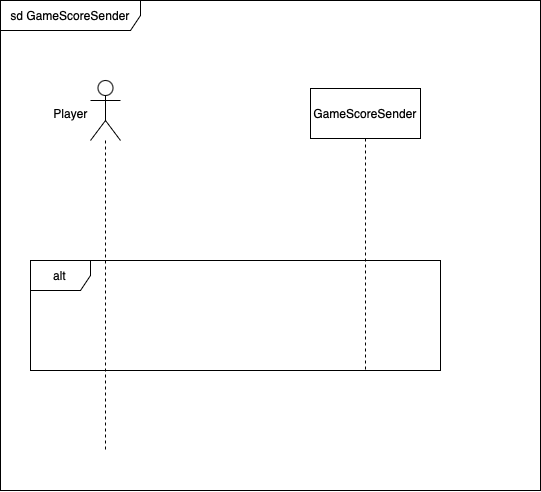
This is iteration1_deliverables/sequence_diagrams/GameScoreSender_sequence.png from SarimEkram/Multiplayer-Board-platform, a draw.io export, as it was before one commit. Source tidied: cells renumbered, new cells last; positions are measured from the earlier drawing's top-left corner, leaving out a move shared by most shapes.
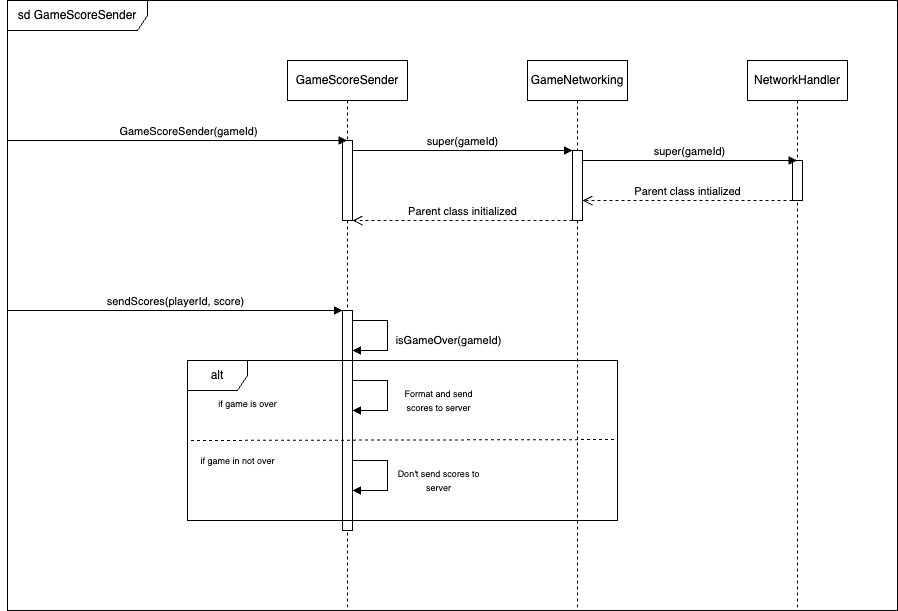
After the commit.

Commit message:
created sequence diagram for GameScoreSender and made made changes in GameScoreSender class.

What changed in the source:
```diff
@@ -2,25 +2,104 @@
   <root>
     <mxCell id="0" />
     <mxCell id="1" parent="0" />
+    <mxCell id="8" style="group;" parent="1" vertex="1">
+      <mxGeometry x="-200" width="890" height="610" as="geometry" />
+    </mxCell>
-    <mxCell id="2" value="sd GameScoreSender" style="shape=umlFrame;whiteSpace=wrap;html=1;width=140;height=30;" parent="1" vertex="1">
-      <mxGeometry width="540" height="490" as="geometry" />
+    <mxCell id="2" value="sd GameScoreSender" style="shape=umlFrame;whiteSpace=wrap;html=1;width=140;height=30;" parent="8" vertex="1">
+      <mxGeometry width="890" height="610" as="geometry" />
     </mxCell>
-    <mxCell id="3" value="GameScoreSender" style="html=1;whiteSpace=wrap;" parent="1" vertex="1">
-      <mxGeometry x="310" y="88" width="110" height="50" as="geometry" />
+    <mxCell id="3" value="GameScoreSender" style="shape=umlLifeline;perimeter=lifelinePerimeter;whiteSpace=wrap;html=1;outlineConnect=0;portConstraint=eastwest;newEdgeStyle={&quot;curved&quot;:0,&quot;rounded&quot;:0};" parent="8" vertex="1">
+      <mxGeometry x="280" y="60" width="120" height="550" as="geometry" />
     </mxCell>
-    <mxCell id="4" style="shape=umlLifeline;perimeter=lifelinePerimeter;whiteSpace=wrap;html=1;newEdgeStyle={&quot;curved&quot;:0,&quot;rounded&quot;:0};participant=umlActor;size=60;" parent="1" vertex="1">
-      <mxGeometry x="90" y="80" width="30" height="370" as="geometry" />
-    </mxCell>
-    <mxCell id="5" value="Player" style="text;html=1;align=center;verticalAlign=middle;strokeColor=none;fillColor=none;" parent="1" vertex="1">
-      <mxGeometry x="40" y="98" width="60" height="30" as="geometry" />
-    </mxCell>
+    <mxCell id="9" style="html=1;points=[[0,0,0,0,5],[0,1,0,0,-5],[1,0,0,0,5],[1,1,0,0,-5]];perimeter=orthogonalPerimeter;outlineConnect=0;targetShapes=umlLifeline;portConstraint=eastwest;newEdgeStyle={&quot;curved&quot;:0,&quot;rounded&quot;:0};" parent="3" vertex="1">
+      <mxGeometry x="55" y="250" width="10" height="220" as="geometry" />
+    </mxCell>
+    <mxCell id="10" value="&lt;font style=&quot;font-size: 9px;&quot;&gt;Format and send&lt;/font&gt;&lt;div&gt;&lt;font style=&quot;font-size: 9px;&quot;&gt;scores to server&lt;/font&gt;&lt;/div&gt;" style="html=1;align=center;spacingLeft=2;endArrow=block;rounded=0;edgeStyle=orthogonalEdgeStyle;curved=0;rounded=0;" parent="3" edge="1" source="9" target="9">
+      <mxGeometry x="0.1" y="50" relative="1" as="geometry">
+        <Array as="points">
+          <mxPoint x="100" y="320" />
+          <mxPoint x="100" y="350" />
+        </Array>
+      </mxGeometry>
+    </mxCell>
+    <mxCell id="11" value="&lt;font style=&quot;font-size: 9px;&quot;&gt;Don't send scores to&lt;/font&gt;&lt;div&gt;&lt;font style=&quot;font-size: 9px;&quot;&gt;server&lt;/font&gt;&lt;/div&gt;" style="html=1;align=center;spacingLeft=2;endArrow=block;rounded=0;edgeStyle=orthogonalEdgeStyle;curved=0;rounded=0;" parent="3" edge="1">
+      <mxGeometry x="0.1" y="50" relative="1" as="geometry">
+        <mxPoint x="65" y="400" as="sourcePoint" />
+        <mxPoint x="65" y="430" as="targetPoint" />
+        <Array as="points">
+          <mxPoint x="100" y="400" />
+          <mxPoint x="100" y="430" />
+        </Array>
+      </mxGeometry>
+    </mxCell>
+    <mxCell id="12" style="html=1;perimeter=orthogonalPerimeter;targetShapes=umlLifeline;newEdgeStyle={&quot;curved&quot;:0,&quot;rounded&quot;:0};" parent="3" vertex="1">
+      <mxGeometry x="55" y="80" width="10" height="80" as="geometry" />
+    </mxCell>
+    <mxCell id="13" value="&lt;font&gt;isGameOver(gameId)&lt;/font&gt;" style="html=1;align=center;spacingLeft=2;endArrow=block;rounded=0;edgeStyle=orthogonalEdgeStyle;curved=0;rounded=0;" parent="3" edge="1">
+      <mxGeometry x="0.1" y="60" relative="1" as="geometry">
+        <mxPoint x="65" y="260" as="sourcePoint" />
+        <mxPoint x="65" y="290" as="targetPoint" />
+        <Array as="points">
+          <mxPoint x="100" y="260" />
+          <mxPoint x="100" y="290" />
+        </Array>
+      </mxGeometry>
+    </mxCell>
+    <mxCell id="14" value="GameScoreSender(gameId)" style="html=1;verticalAlign=bottom;endArrow=block;curved=0;rounded=0;" parent="8" edge="1" target="3">
+      <mxGeometry x="0.07" relative="1" as="geometry">
+        <mxPoint y="140" as="sourcePoint" />
+      </mxGeometry>
+    </mxCell>
+    <mxCell id="15" value="super(gameId)" style="html=1;verticalAlign=bottom;endArrow=block;curved=0;rounded=0;" parent="8" edge="1" target="22">
+      <mxGeometry relative="1" as="geometry">
+        <mxPoint x="345" y="150" as="sourcePoint" />
+      </mxGeometry>
+    </mxCell>
+    <mxCell id="16" value="Parent class initialized" style="html=1;verticalAlign=bottom;endArrow=open;dashed=1;endSize=8;curved=0;rounded=0;" parent="8" edge="1" source="22">
+      <mxGeometry relative="1" as="geometry">
+        <mxPoint x="345" y="220" as="targetPoint" />
+      </mxGeometry>
+    </mxCell>
+    <mxCell id="17" value="sendScores(playerId, score)" style="html=1;verticalAlign=bottom;endArrow=block;curved=0;rounded=0;" parent="8" edge="1" target="9">
+      <mxGeometry relative="1" as="geometry">
+        <mxPoint y="310" as="sourcePoint" />
+      </mxGeometry>
+    </mxCell>
-    <mxCell id="6" value="alt" style="shape=umlFrame;whiteSpace=wrap;html=1;" parent="1" vertex="1">
-      <mxGeometry x="30" y="260" width="410" height="110" as="geometry" />
+    <mxCell id="6" value="alt" style="shape=umlFrame;whiteSpace=wrap;html=1;" parent="8" vertex="1">
+      <mxGeometry x="180" y="360" width="430" height="160" as="geometry" />
     </mxCell>
-    <mxCell id="7" style="rounded=0;jettySize=auto;html=1;exitX=0.5;exitY=1;exitDx=0;exitDy=0;dashed=1;endArrow=none;startFill=0;" parent="1" edge="1" source="3">
-      <mxGeometry relative="1" as="geometry">
-        <mxPoint x="365" y="372" as="targetPoint" />
-      </mxGeometry>
-    </mxCell>
+    <mxCell id="18" style="html=1;verticalAlign=bottom;endArrow=none;dashed=1;endSize=8;curved=0;rounded=0;startFill=0;exitX=0.992;exitY=0.494;exitDx=0;exitDy=0;exitPerimeter=0;" parent="8" edge="1" source="6">
+      <mxGeometry relative="1" as="geometry">
+        <mxPoint x="180" y="440" as="targetPoint" />
+      </mxGeometry>
+    </mxCell>
+    <mxCell id="19" value="&lt;font style=&quot;font-size: 9px;&quot;&gt;if game is over&lt;/font&gt;" style="text;html=1;align=center;verticalAlign=middle;strokeColor=none;fillColor=none;" parent="8" vertex="1">
+      <mxGeometry x="200" y="388" width="80" height="30" as="geometry" />
+    </mxCell>
+    <mxCell id="20" value="&lt;font style=&quot;font-size: 9px;&quot;&gt;if game in not over&lt;/font&gt;" style="text;html=1;align=center;verticalAlign=middle;strokeColor=none;fillColor=none;" parent="8" vertex="1">
+      <mxGeometry x="180" y="445" width="100" height="30" as="geometry" />
+    </mxCell>
+    <mxCell id="21" value="GameNetworking" style="shape=umlLifeline;perimeter=lifelinePerimeter;whiteSpace=wrap;html=1;newEdgeStyle={&quot;curved&quot;:0,&quot;rounded&quot;:0};" parent="8" vertex="1">
+      <mxGeometry x="520" y="60" width="100" height="550" as="geometry" />
+    </mxCell>
+    <mxCell id="22" style="html=1;points=[[0,0,0,0,5],[0,1,0,0,-5],[1,0,0,0,5],[1,1,0,0,-5]];perimeter=orthogonalPerimeter;outlineConnect=0;targetShapes=umlLifeline;portConstraint=eastwest;newEdgeStyle={&quot;curved&quot;:0,&quot;rounded&quot;:0};" parent="21" vertex="1">
+      <mxGeometry x="45" y="90" width="10" height="70" as="geometry" />
+    </mxCell>
+    <mxCell id="23" value="NetworkHandler" style="shape=umlLifeline;perimeter=lifelinePerimeter;whiteSpace=wrap;html=1;outlineConnect=0;portConstraint=eastwest;newEdgeStyle={&quot;curved&quot;:0,&quot;rounded&quot;:0};" parent="8" vertex="1">
+      <mxGeometry x="740" y="60" width="100" height="550" as="geometry" />
+    </mxCell>
+    <mxCell id="24" style="html=1;points=[[0,0,0,0,5],[0,1,0,0,-5],[1,0,0,0,5],[1,1,0,0,-5]];perimeter=orthogonalPerimeter;outlineConnect=0;targetShapes=umlLifeline;portConstraint=eastwest;newEdgeStyle={&quot;curved&quot;:0,&quot;rounded&quot;:0};" parent="23" vertex="1">
+      <mxGeometry x="45" y="100" width="10" height="40" as="geometry" />
+    </mxCell>
+    <mxCell id="25" value="super(gameId)" style="html=1;verticalAlign=bottom;endArrow=block;curved=0;rounded=0;" parent="8" edge="1" target="23">
+      <mxGeometry relative="1" as="geometry">
+        <mxPoint x="575" y="160" as="sourcePoint" />
+      </mxGeometry>
+    </mxCell>
+    <mxCell id="26" value="Parent class intialized" style="html=1;verticalAlign=bottom;endArrow=open;dashed=1;endSize=8;curved=0;rounded=0;" parent="8" edge="1" source="24">
+      <mxGeometry relative="1" as="geometry">
+        <mxPoint x="575" y="200" as="targetPoint" />
+      </mxGeometry>
+    </mxCell>
   </root>
 </mxGraphModel>
```
